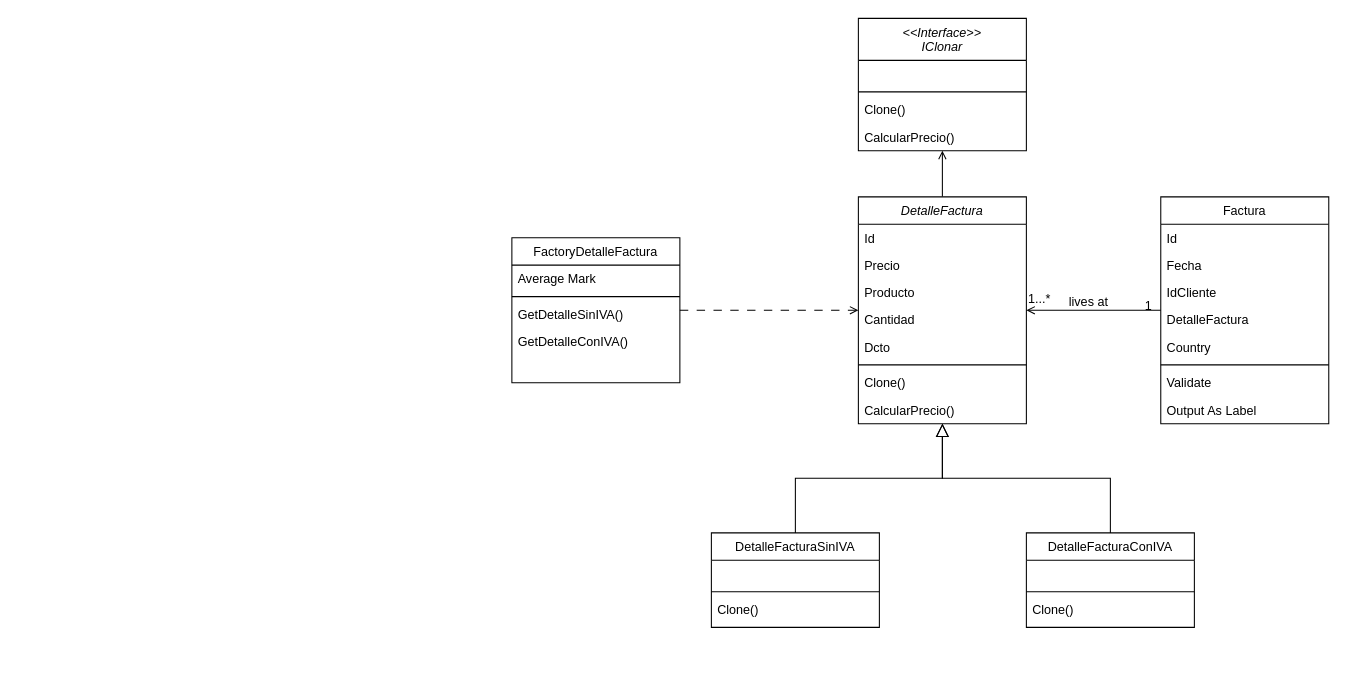
Earlier version of the draw.io diagram PrototypeExample.drawio (david-med/archivos). Source tidied: cells renumbered, new cells numbered last; positions are measured from the earlier drawing's top-left corner, leaving out a move shared by most shapes. Both pictures are drawn from the tidied source at 105%, with x=0, y=0 at pixel (511, 18).
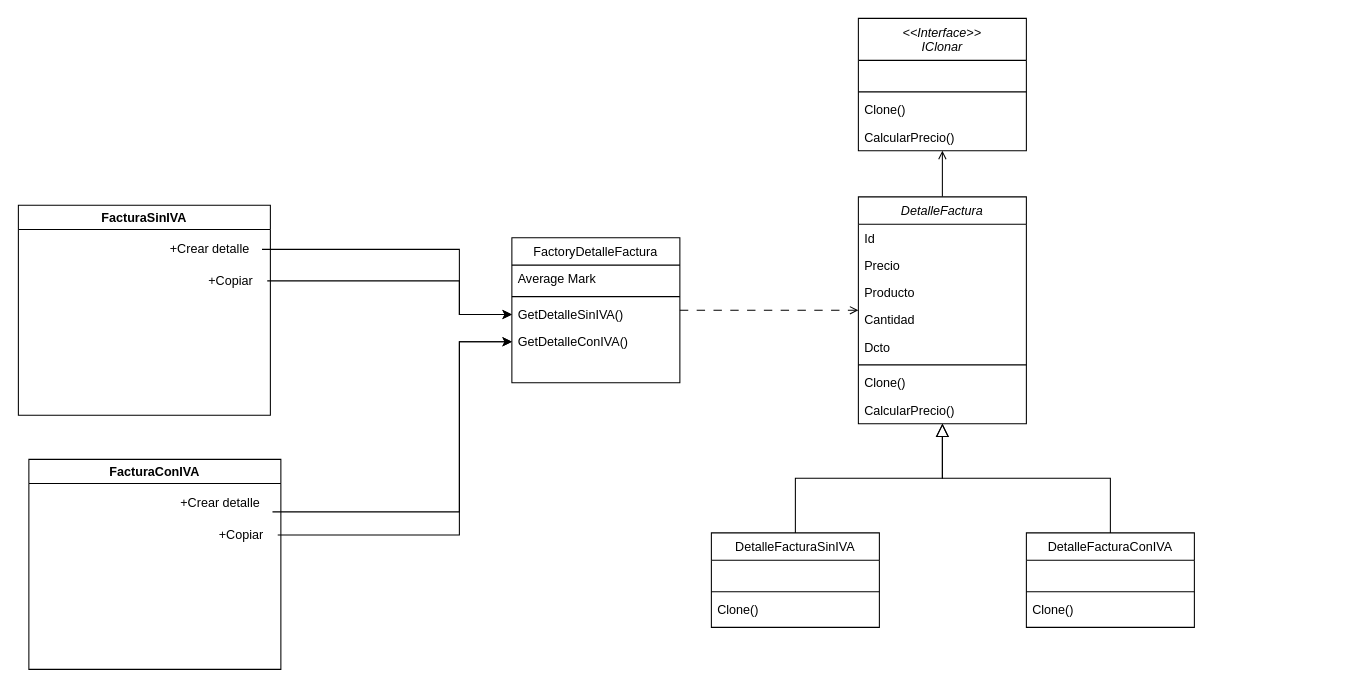
After the change.

Unchanged cells that the change refers to:
```xml
<mxCell id="3" value="DetalleFactura" style="swimlane;fontStyle=2;align=center;verticalAlign=top;horizontal=1;startSize=26;rounded=0;shadow=0;strokeWidth=1;" parent="1" vertex="1">
  <mxGeometry x="330" y="170" width="160" height="216" as="geometry" />
</mxCell>
<mxCell id="16" value="GetDetalleSinIVA()" style="text;align=left;verticalAlign=top;spacingLeft=4;spacingRight=4;overflow=hidden;points=[[0,0.5],[1,0.5]];portConstraint=eastwest;fontStyle=0;" parent="13" vertex="1">
  <mxGeometry y="60" width="160" height="26" as="geometry" />
</mxCell>
<mxCell id="17" value="GetDetalleConIVA()" style="text;align=left;verticalAlign=top;spacingLeft=4;spacingRight=4;overflow=hidden;points=[[0,0.5],[1,0.5]];portConstraint=eastwest;" parent="13" vertex="1">
  <mxGeometry y="86" width="160" height="26" as="geometry" />
</mxCell>
```

Diff of the diagram source:
```diff
@@
-    <mxCell id="23" value="Factura" style="swimlane;fontStyle=0;align=center;verticalAlign=top;horizontal=1;startSize=26;rounded=0;shadow=0;strokeWidth=1;" parent="1" vertex="1">
-      <mxGeometry x="618" y="170" width="160" height="216" as="geometry" />
-    </mxCell>
-    <mxCell id="24" value="Id" style="text;align=left;verticalAlign=top;spacingLeft=4;spacingRight=4;overflow=hidden;" parent="23" vertex="1">
-      <mxGeometry y="26" width="160" height="26" as="geometry" />
-    </mxCell>
-    <mxCell id="25" value="Fecha" style="text;align=left;verticalAlign=top;spacingLeft=4;spacingRight=4;overflow=hidden;rounded=0;shadow=0;html=0;" parent="23" vertex="1">
-      <mxGeometry y="52" width="160" height="26" as="geometry" />
-    </mxCell>
-    <mxCell id="26" value="IdCliente" style="text;align=left;verticalAlign=top;spacingLeft=4;spacingRight=4;overflow=hidden;rounded=0;shadow=0;html=0;" parent="23" vertex="1">
-      <mxGeometry y="78" width="160" height="26" as="geometry" />
-    </mxCell>
-    <mxCell id="27" value="DetalleFactura" style="text;align=left;verticalAlign=top;spacingLeft=4;spacingRight=4;overflow=hidden;rounded=0;shadow=0;html=0;" parent="23" vertex="1">
-      <mxGeometry y="104" width="160" height="26" as="geometry" />
-    </mxCell>
-    <mxCell id="28" value="Country" style="text;align=left;verticalAlign=top;spacingLeft=4;spacingRight=4;overflow=hidden;rounded=0;shadow=0;html=0;" parent="23" vertex="1">
-      <mxGeometry y="130" width="160" height="26" as="geometry" />
-    </mxCell>
-    <mxCell id="29" style="line;html=1;strokeWidth=1;align=left;verticalAlign=middle;spacingTop=-1;spacingLeft=3;spacingRight=3;labelPosition=right;" parent="23" vertex="1">
-      <mxGeometry y="156" width="160" height="8" as="geometry" />
-    </mxCell>
-    <mxCell id="30" value="Validate" style="text;align=left;verticalAlign=top;spacingLeft=4;spacingRight=4;overflow=hidden;" parent="23" vertex="1">
-      <mxGeometry y="164" width="160" height="26" as="geometry" />
-    </mxCell>
-    <mxCell id="31" value="Output As Label" style="text;align=left;verticalAlign=top;spacingLeft=4;spacingRight=4;overflow=hidden;" parent="23" vertex="1">
-      <mxGeometry y="190" width="160" height="26" as="geometry" />
-    </mxCell>
-    <mxCell id="32" style="endArrow=none;shadow=0;strokeWidth=1;rounded=0;endFill=0;edgeStyle=elbowEdgeStyle;elbow=vertical;startArrow=open;startFill=0;" parent="1" edge="1" source="3" target="23">
-      <mxGeometry x="0.5" y="41" relative="1" as="geometry">
-        <mxPoint x="-40" y="32" as="offset" />
-      </mxGeometry>
-    </mxCell>
-    <mxCell id="33" value="1...*" style="align=left;verticalAlign=bottom;labelBackgroundColor=none;fontSize=12;" parent="32" vertex="1">
-      <mxGeometry x="-1" relative="1" as="geometry">
-        <mxPoint y="-2" as="offset" />
-      </mxGeometry>
-    </mxCell>
-    <mxCell id="34" value="1" style="align=right;verticalAlign=bottom;labelBackgroundColor=none;fontSize=12;" parent="32" vertex="1">
-      <mxGeometry x="1" relative="1" as="geometry">
-        <mxPoint x="-7" y="4" as="offset" />
-      </mxGeometry>
-    </mxCell>
-    <mxCell id="35" value="lives at" style="text;html=1;align=center;verticalAlign=middle;labelBackgroundColor=none;rounded=0;shadow=0;strokeWidth=1;fontSize=12;" parent="32" vertex="1">
-      <mxGeometry x="0.5" y="49" relative="1" as="geometry">
-        <mxPoint x="-38" y="40" as="offset" />
-      </mxGeometry>
-    </mxCell>
@@
+    <mxCell id="46" value="FacturaSinIVA" style="swimlane;whiteSpace=wrap;html=1;" parent="1" vertex="1">
+      <mxGeometry x="-470" y="178" width="240" height="200" as="geometry" />
+    </mxCell>
+    <mxCell id="47" value="+Crear detalle" style="text;html=1;align=center;verticalAlign=middle;points=[];strokeColor=none;fillColor=none;" parent="46" vertex="1">
+      <mxGeometry x="132" y="27" width="100" height="30" as="geometry" />
+    </mxCell>
+    <mxCell id="48" value="+Copiar" style="text;html=1;align=center;verticalAlign=middle;points=[];strokeColor=none;fillColor=none;" parent="46" vertex="1">
+      <mxGeometry x="167" y="57" width="70" height="30" as="geometry" />
+    </mxCell>
+    <mxCell id="49" style="edgeStyle=orthogonalEdgeStyle;rounded=0;jettySize=auto;html=1;" parent="1" edge="1" source="47" target="16">
+      <mxGeometry relative="1" as="geometry">
+        <Array as="points">
+          <mxPoint x="-50" y="220" />
+          <mxPoint x="-50" y="282" />
+        </Array>
+      </mxGeometry>
+    </mxCell>
+    <mxCell id="50" style="edgeStyle=orthogonalEdgeStyle;rounded=0;jettySize=auto;html=1;" parent="1" edge="1" source="48" target="16">
+      <mxGeometry relative="1" as="geometry">
+        <Array as="points">
+          <mxPoint x="-50" y="250" />
+          <mxPoint x="-50" y="282" />
+        </Array>
+      </mxGeometry>
+    </mxCell>
+    <mxCell id="51" value="FacturaConIVA" style="swimlane;whiteSpace=wrap;html=1;" parent="1" vertex="1">
+      <mxGeometry x="-460" y="420" width="240" height="200" as="geometry" />
+    </mxCell>
+    <mxCell id="52" value="+Crear detalle" style="text;html=1;align=center;verticalAlign=middle;points=[];strokeColor=none;fillColor=none;" parent="51" vertex="1">
+      <mxGeometry x="132" y="27" width="100" height="30" as="geometry" />
+    </mxCell>
+    <mxCell id="53" value="+Copiar" style="text;html=1;align=center;verticalAlign=middle;points=[];strokeColor=none;fillColor=none;" parent="51" vertex="1">
+      <mxGeometry x="167" y="57" width="70" height="30" as="geometry" />
+    </mxCell>
+    <mxCell id="54" style="edgeStyle=orthogonalEdgeStyle;rounded=0;jettySize=auto;html=1;" parent="1" edge="1" source="52" target="17">
+      <mxGeometry relative="1" as="geometry">
+        <Array as="points">
+          <mxPoint x="-50" y="470" />
+          <mxPoint x="-50" y="308" />
+        </Array>
+      </mxGeometry>
+    </mxCell>
+    <mxCell id="55" style="edgeStyle=orthogonalEdgeStyle;rounded=0;jettySize=auto;html=1;" parent="1" edge="1" source="53" target="17">
+      <mxGeometry relative="1" as="geometry">
+        <Array as="points">
+          <mxPoint x="-50" y="492" />
+          <mxPoint x="-50" y="308" />
+        </Array>
+      </mxGeometry>
+    </mxCell>
```
